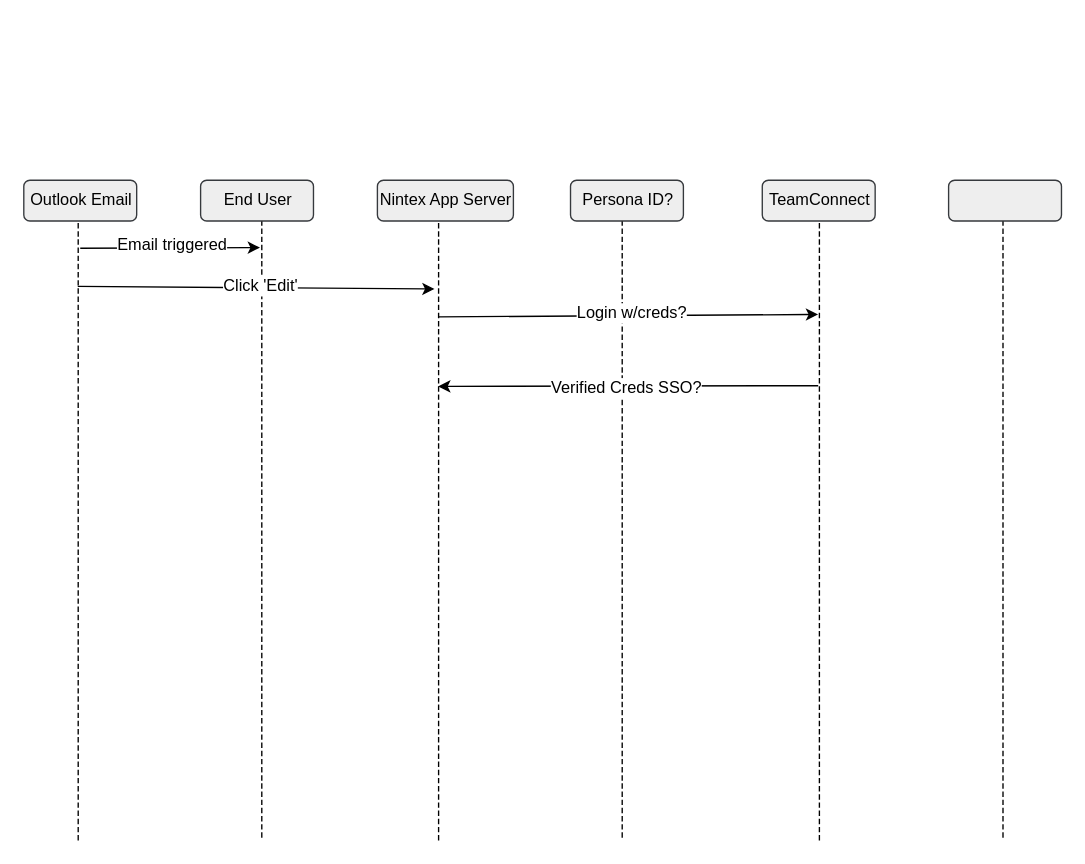
Earlier version of the draw.io diagram page "Data Diagram" (5 of 5) of Nintex Workflow Cloud.drawio (ednat14/edna). Source tidied: cells renumbered, new cells numbered last; positions are measured from the earlier drawing's top-left corner, leaving out a move shared by most shapes. Both pictures are drawn from the tidied source at 136%, with x=0, y=0 at pixel (-140, 180).
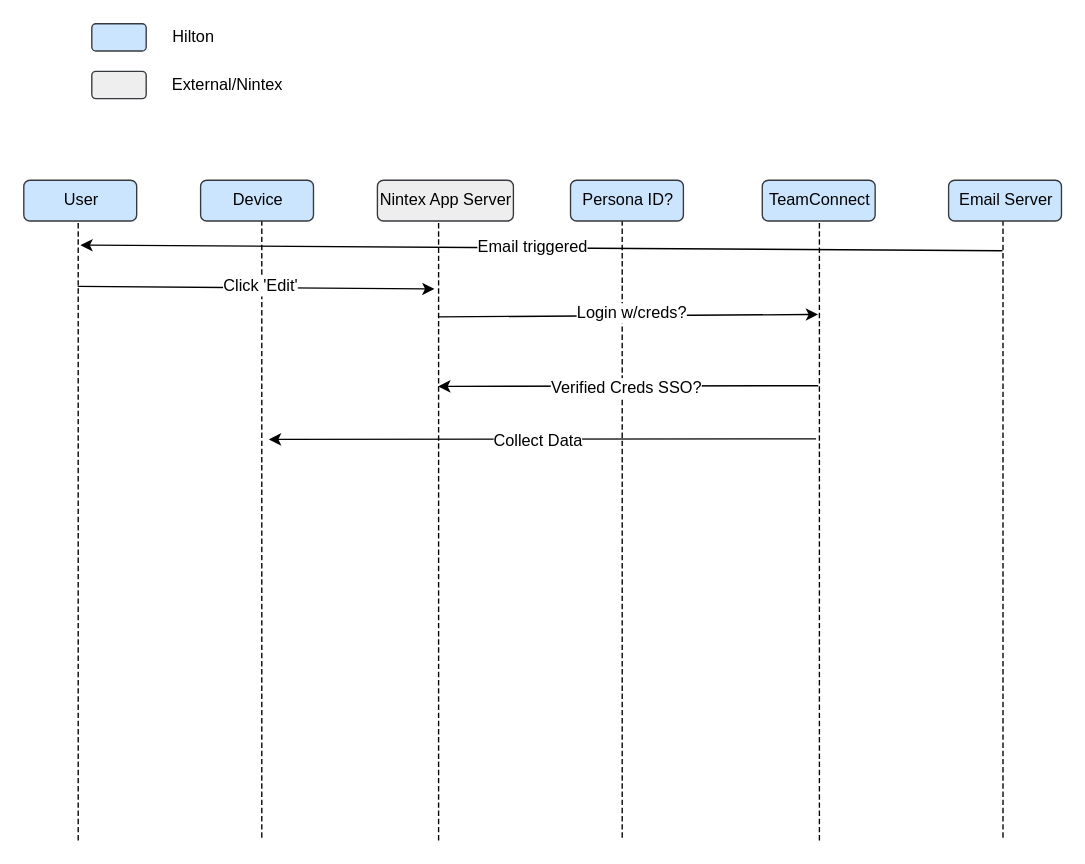
Above is the later version.

Unchanged cells that the change refers to:
```xml
<mxCell id="2" style="html=1;dashed=1;whitespace=wrap;shape=partialRectangle;right=0;left=0;fillColor=none;rounded=1;rotation=90;" parent="1" vertex="1">
  <mxGeometry y="190" width="455" height="135" as="geometry" />
</mxCell>
<mxCell id="4" style="html=1;dashed=1;whitespace=wrap;shape=partialRectangle;right=0;left=0;fillColor=none;rounded=1;rotation=90;" parent="1" vertex="1">
  <mxGeometry x="545" y="190" width="455" height="135" as="geometry" />
</mxCell>
```

Diff of the diagram source:
```diff
@@
-    <mxCell id="5" value="Outlook Email" style="html=1;dashed=0;whitespace=wrap;rounded=1;fillColor=#eeeeee;strokeColor=#36393d;" parent="1" vertex="1">
+    <mxCell id="5" value="User" style="html=1;dashed=0;whitespace=wrap;rounded=1;fillColor=#cce5ff;strokeColor=#36393d;" parent="1" vertex="1">
       <mxGeometry x="120" width="83" height="30" as="geometry" />
     </mxCell>
-    <mxCell id="6" value="End User" style="html=1;dashed=0;whitespace=wrap;rounded=1;fillColor=#eeeeee;strokeColor=#36393d;" parent="1" vertex="1">
+    <mxCell id="6" value="Device" style="html=1;dashed=0;whitespace=wrap;rounded=1;fillColor=#cce5ff;strokeColor=#36393d;" parent="1" vertex="1">
       <mxGeometry x="250" width="83" height="30" as="geometry" />
     </mxCell>
@@
-    <mxCell id="8" value="Persona ID?" style="html=1;dashed=0;whitespace=wrap;rounded=1;fillColor=#eeeeee;strokeColor=#36393d;" parent="1" vertex="1">
+    <mxCell id="8" value="Persona ID?" style="html=1;dashed=0;whitespace=wrap;rounded=1;fillColor=#cce5ff;strokeColor=#36393d;" parent="1" vertex="1">
       <mxGeometry x="522" width="83" height="30" as="geometry" />
     </mxCell>
-    <mxCell id="9" value="TeamConnect" style="html=1;dashed=0;whitespace=wrap;rounded=1;fillColor=#eeeeee;strokeColor=#36393d;" parent="1" vertex="1">
+    <mxCell id="9" value="TeamConnect" style="html=1;dashed=0;whitespace=wrap;rounded=1;fillColor=#cce5ff;strokeColor=#36393d;" parent="1" vertex="1">
       <mxGeometry x="663" width="83" height="30" as="geometry" />
     </mxCell>
-    <mxCell id="10" style="html=1;dashed=0;whitespace=wrap;rounded=1;fillColor=#eeeeee;strokeColor=#36393d;" parent="1" vertex="1">
+    <mxCell id="10" value="Email Server" style="html=1;dashed=0;whitespace=wrap;rounded=1;fillColor=#cce5ff;strokeColor=#36393d;" parent="1" vertex="1">
       <mxGeometry x="800" width="83" height="30" as="geometry" />
     </mxCell>
@@
-    <mxCell id="13" style="endArrow=classic;html=1;entryX=0.043;entryY=0.01;entryDx=0;entryDy=0;entryPerimeter=0;" parent="1" edge="1" target="2">
-      <mxGeometry relative="1" as="geometry">
-        <mxPoint x="161.5" y="50" as="sourcePoint" />
-      </mxGeometry>
+    <mxCell id="13" style="endArrow=classic;html=1;entryX=0.039;entryY=0.988;entryDx=0;entryDy=0;entryPerimeter=0;exitX=0.048;exitY=0.003;exitDx=0;exitDy=0;exitPerimeter=0;" parent="1" edge="1" source="4" target="2">
+      <mxGeometry relative="1" as="geometry" />
     </mxCell>
     <mxCell id="14" value="Email triggered" style="text;html=1;align=center;verticalAlign=middle;labelBackgroundColor=#ffffff;" parent="13" vertex="1">
-      <mxGeometry x="0.02" y="2" relative="1" as="geometry" />
+      <mxGeometry x="0.02" y="2" relative="1" as="geometry">
+        <mxPoint y="-3" as="offset" />
+      </mxGeometry>
     </mxCell>
@@
+    <mxCell id="19" style="endArrow=classic;html=1;entryX=0.32;entryY=1.002;entryDx=0;entryDy=0;entryPerimeter=0;exitX=0.352;exitY=1.018;exitDx=0;exitDy=0;exitPerimeter=0;" parent="1" edge="1" source="4">
+      <mxGeometry relative="1" as="geometry">
+        <mxPoint x="300.2" y="190.6" as="targetPoint" />
+      </mxGeometry>
+    </mxCell>
+    <mxCell id="20" value="Collect Data" style="text;html=1;align=center;verticalAlign=middle;labelBackgroundColor=#ffffff;" parent="19" vertex="1">
+      <mxGeometry x="0.02" y="1" relative="1" as="geometry" />
+    </mxCell>
+    <mxCell id="21" style="html=1;dashed=0;whitespace=wrap;rounded=1;fillColor=#cce5ff;strokeColor=#36393d;" parent="1" vertex="1">
+      <mxGeometry x="170" y="-115" width="40" height="20" as="geometry" />
+    </mxCell>
+    <mxCell id="22" value="Hilton" style="text;html=1;strokeColor=none;fillColor=none;align=center;verticalAlign=middle;whiteSpace=wrap;rounded=0;dashed=1;" parent="1" vertex="1">
+      <mxGeometry x="225" y="-115" width="40" height="20" as="geometry" />
+    </mxCell>
+    <mxCell id="23" style="html=1;dashed=0;whitespace=wrap;rounded=1;fillColor=#eeeeee;strokeColor=#36393d;" parent="1" vertex="1">
+      <mxGeometry x="170" y="-80" width="40" height="20" as="geometry" />
+    </mxCell>
+    <mxCell id="24" value="External/Nintex" style="text;html=1;strokeColor=none;fillColor=none;align=center;verticalAlign=middle;whiteSpace=wrap;rounded=0;dashed=1;" parent="1" vertex="1">
+      <mxGeometry x="230" y="-80" width="80" height="20" as="geometry" />
+    </mxCell>
```
